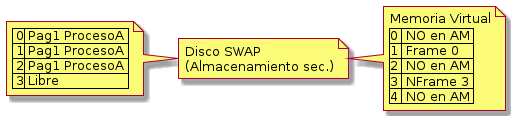
This is clases/img/mem-virtual-1.png from manu-utn/bitacora-sistemas-operativos, a PlantUML export, as it was before one commit. Its diagram source:
```plantuml
@startuml
!$a = 42

note as A
| 0| Pag1 ProcesoA |
| 1| Pag1 ProcesoA |
| 2| Pag1 ProcesoA |
| 3| Libre |
end note

note as B
Disco SWAP
(Almacenamiento sec.)
end note

note as C
Memoria Virtual
|0 | NO en AM|
|1 | Frame 0|
|2 | NO en AM|
|3 | NFrame 3|
|4 | NO en AM |
end note

A -r-> B
B -r-> C
@enduml
```
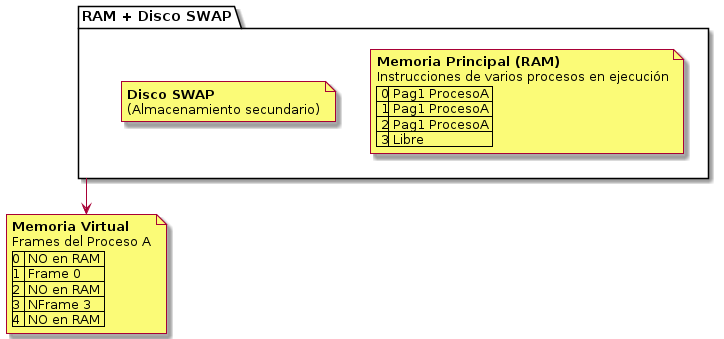
The same file after the commit.

Commit message:
Imagenes faltantes + Recursos

Diff of the diagram source:
```diff
@@ -1,27 +1,30 @@
 @startuml
-!$a = 42
 
-note as A
-| 0| Pag1 ProcesoA |
-| 1| Pag1 ProcesoA |
-| 2| Pag1 ProcesoA |
-| 3| Libre |
+package "RAM + Disco SWAP" as p1{
+    note as A
+    **Memoria Principal (RAM)**
+    Instrucciones de varios procesos en ejecución
+    | 0| Pag1 ProcesoA |
+    | 1| Pag1 ProcesoA |
+    | 2| Pag1 ProcesoA |
+    | 3| Libre |
+    end note
+
+    note as B
+    **Disco SWAP**
+    (Almacenamiento secundario)
+    end note
+}
+
+note as C
+**Memoria Virtual**
+Frames del Proceso A
+|0 | NO en RAM|
+|1 | Frame 0|
+|2 | NO en RAM|
+|3 | NFrame 3|
+|4 | NO en RAM |
 end note
 
-note as B
-Disco SWAP
-(Almacenamiento sec.)
-end note
-
-note as C
-Memoria Virtual
-|0 | NO en AM|
-|1 | Frame 0|
-|2 | NO en AM|
-|3 | NFrame 3|
-|4 | NO en AM |
-end note
-
-A -r-> B
-B -r-> C
+p1 -down-> C
 @enduml
```
